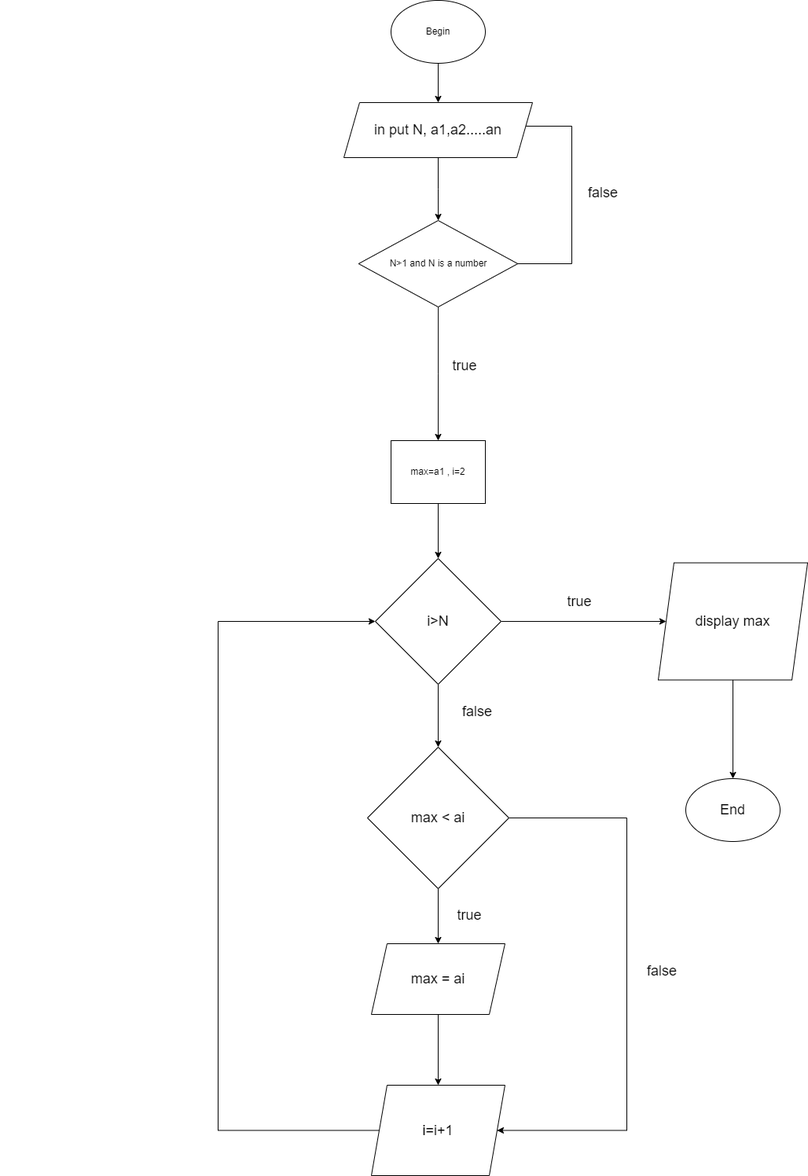
Above: ss3_ma_gia_luu_do/bai4.png in phuoctai0612/c0223g1-maiphuoctai (draw.io), before the change. Source tidied: cells renumbered, new cells last; positions are measured from the earlier drawing's top-left corner, leaving out a move shared by most shapes.
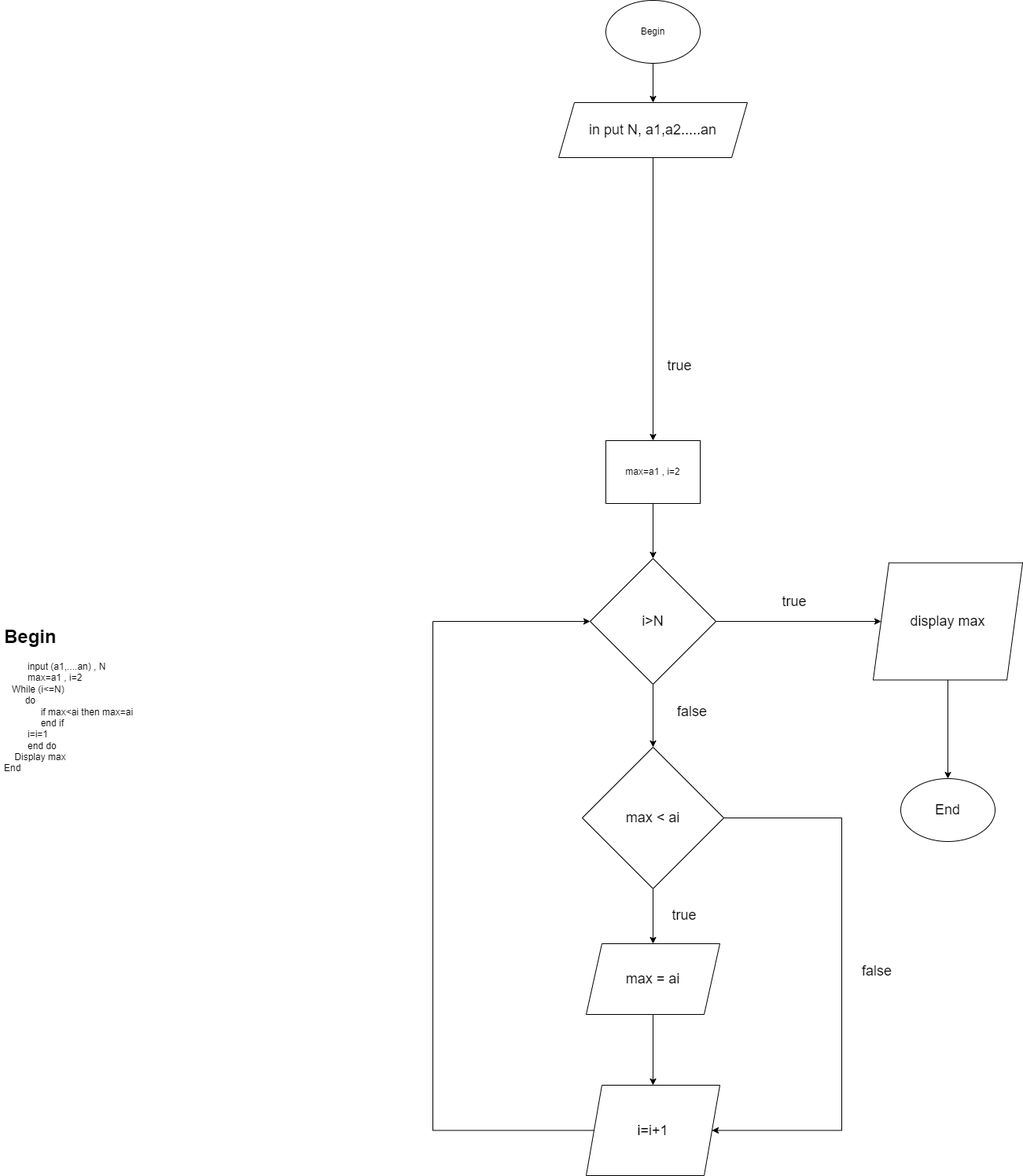
After the change.

Change to the diagram source:
```diff
@@ -10,29 +10,12 @@
     <mxCell id="3" value="Begin" style="ellipse;whiteSpace=wrap;html=1;" parent="1" vertex="1">
       <mxGeometry x="490" width="120" height="80" as="geometry" />
     </mxCell>
-    <mxCell id="4" style="edgeStyle=orthogonalEdgeStyle;rounded=0;jettySize=auto;html=1;fontSize=18;" parent="1" edge="1" source="6">
-      <mxGeometry relative="1" as="geometry">
-        <mxPoint x="630" y="160" as="targetPoint" />
-        <Array as="points">
-          <mxPoint x="720" y="335" />
-          <mxPoint x="720" y="160" />
-        </Array>
-      </mxGeometry>
-    </mxCell>
-    <mxCell id="5" style="edgeStyle=orthogonalEdgeStyle;rounded=0;jettySize=auto;html=1;fontSize=18;" parent="1" edge="1" source="6">
-      <mxGeometry relative="1" as="geometry">
-        <mxPoint x="550" y="560" as="targetPoint" />
-      </mxGeometry>
-    </mxCell>
-    <mxCell id="6" value="N&amp;gt;1 and N is a number" style="rhombus;whiteSpace=wrap;html=1;" parent="1" vertex="1">
-      <mxGeometry x="448.8" y="280" width="202.5" height="110" as="geometry" />
-    </mxCell>
     <mxCell id="7" value="true" style="text;html=1;strokeColor=none;fillColor=none;align=center;verticalAlign=middle;whiteSpace=wrap;rounded=0;fontSize=18;" parent="1" vertex="1">
       <mxGeometry x="554" y="450" width="60" height="30" as="geometry" />
     </mxCell>
-    <mxCell id="8" style="edgeStyle=orthogonalEdgeStyle;rounded=0;jettySize=auto;html=1;fontSize=18;" parent="1" edge="1" source="9" target="6">
-      <mxGeometry relative="1" as="geometry" />
-    </mxCell>
+    <mxCell id="31" style="edgeStyle=orthogonalEdgeStyle;rounded=0;jettySize=auto;html=1;" parent="1" edge="1" source="9" target="30">
+      <mxGeometry relative="1" as="geometry" />
+    </mxCell>
     <mxCell id="9" value="in put N, a1,a2.....an" style="shape=parallelogram;perimeter=parallelogramPerimeter;whiteSpace=wrap;html=1;fixedSize=1;strokeWidth=1;fontSize=18;" parent="1" vertex="1">
       <mxGeometry x="430" y="130" width="240" height="70" as="geometry" />
     </mxCell>
@@ -74,9 +57,6 @@
     <mxCell id="18" value="End" style="ellipse;whiteSpace=wrap;html=1;strokeWidth=1;fontSize=18;" parent="1" vertex="1">
       <mxGeometry x="865" y="990" width="120" height="80" as="geometry" />
     </mxCell>
-    <mxCell id="19" value="false" style="text;html=1;strokeColor=none;fillColor=none;align=center;verticalAlign=middle;whiteSpace=wrap;rounded=0;fontSize=18;" parent="1" vertex="1">
-      <mxGeometry x="730" y="230" width="60" height="30" as="geometry" />
-    </mxCell>
     <mxCell id="20" style="edgeStyle=orthogonalEdgeStyle;rounded=0;orthogonalLoop=1;jettySize=auto;html=1;exitX=0.5;exitY=1;exitDx=0;exitDy=0;fontSize=18;" parent="1" edge="1">
       <mxGeometry relative="1" as="geometry">
         <mxPoint y="1040" as="sourcePoint" />
@@ -118,5 +98,8 @@
     <mxCell id="30" value="max=a1 , i=2" style="rounded=0;whiteSpace=wrap;html=1;" parent="1" vertex="1">
       <mxGeometry x="490" y="560" width="120" height="80" as="geometry" />
     </mxCell>
+    <mxCell id="32" value="&lt;h1&gt;Begin&lt;/h1&gt;&lt;div&gt;&amp;nbsp; &amp;nbsp; &amp;nbsp; &amp;nbsp; &amp;nbsp;input (a1,....an) , N&lt;/div&gt;&lt;div&gt;&amp;nbsp; &amp;nbsp; &amp;nbsp; &amp;nbsp; &amp;nbsp;max=a1 , i=2&lt;/div&gt;&lt;div&gt;&amp;nbsp; &amp;nbsp;While (i&amp;lt;=N)&lt;/div&gt;&lt;div&gt;&amp;nbsp; &amp;nbsp; &amp;nbsp; &amp;nbsp; do&amp;nbsp;&lt;/div&gt;&lt;div&gt;&amp;nbsp; &amp;nbsp; &amp;nbsp; &amp;nbsp; &amp;nbsp; &amp;nbsp; &amp;nbsp;&lt;span style=&quot;background-color: initial;&quot;&gt;&amp;nbsp;if max&amp;lt;ai then max=ai&amp;nbsp;&amp;nbsp;&lt;/span&gt;&lt;/div&gt;&lt;div&gt;&amp;nbsp; &amp;nbsp; &amp;nbsp; &amp;nbsp; &amp;nbsp; &amp;nbsp; &amp;nbsp; end if&lt;/div&gt;&lt;div&gt;&amp;nbsp; &amp;nbsp; &amp;nbsp; &amp;nbsp; &amp;nbsp;i=i=1&lt;/div&gt;&lt;div&gt;&amp;nbsp; &amp;nbsp; &amp;nbsp; &amp;nbsp; &amp;nbsp;end do&lt;/div&gt;&lt;div&gt;&amp;nbsp; &amp;nbsp; Display max&lt;/div&gt;&lt;div&gt;End&lt;/div&gt;&lt;div&gt;&lt;br&gt;&lt;/div&gt;" style="text;html=1;strokeColor=none;fillColor=none;spacing=5;spacingTop=-20;whiteSpace=wrap;overflow=hidden;rounded=0;" parent="1" vertex="1">
+      <mxGeometry x="-280" y="790" width="433" height="600" as="geometry" />
+    </mxCell>
   </root>
 </mxGraphModel>
```
